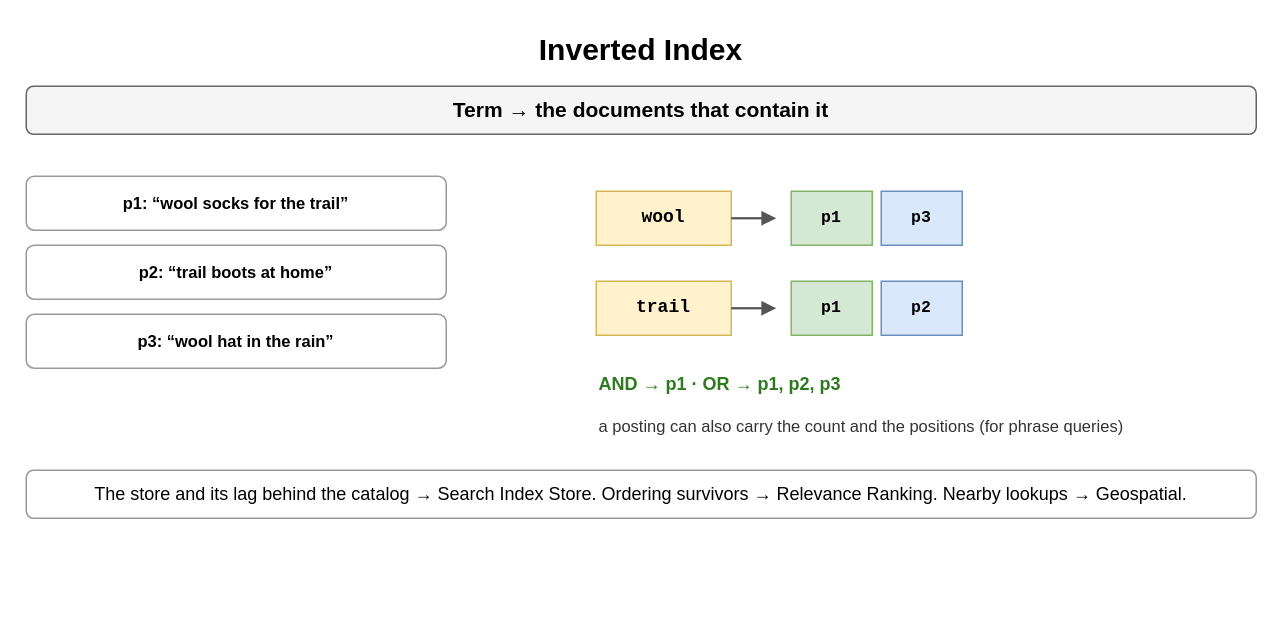
The draw.io diagram page "Inverted Index" (6 of 8) of content/09_System_Design_Interview/18_Search_Autocomplete_and_Information_Retrieval/diagrams/search.drawio in amendez13/swe-study-guide, before the edit. Source tidied: cells renumbered, new cells numbered last; positions are measured from the earlier drawing's top-left corner, leaving out a move shared by most shapes. Both pictures are drawn from the tidied source at 150%, with x=0, y=0 at pixel (26, 26).
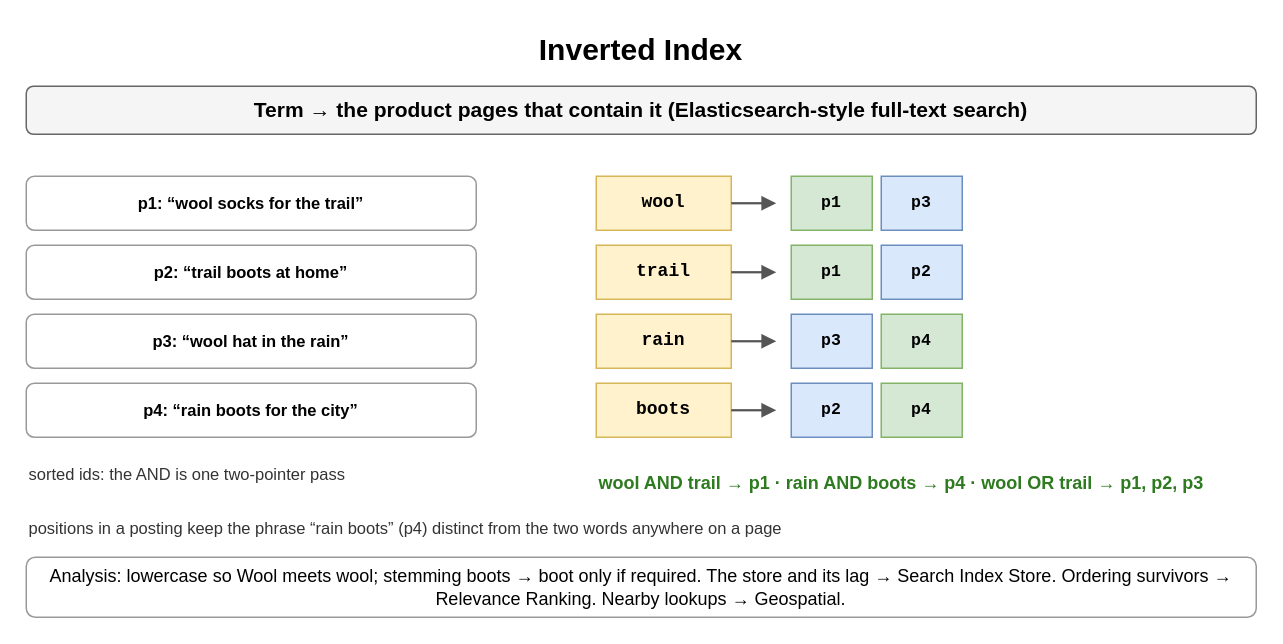
After the change.

Commit message (it also covers changes not shown here):
docs(sdi): redraw the inverted-index diagram for the four product pages

The rewritten Inverted Index card uses four product pages (p4 "rain
boots for the city") and four postings (wool, trail, rain, boots), with
rain AND boots -> p4 and the "rain boots" phrase. The diagram still
showed three pages and two postings. Redraw page 6 only; the other 7
concept and 8 drill pages already match the current card text.

What changed in the source:
```diff
@@
-    <mxCell id="3" value="Term → the documents that contain it" style="rounded=1;whiteSpace=wrap;html=1;fillColor=#f5f5f5;strokeColor=#666666;fontStyle=1;fontSize=14;" parent="1" vertex="1">
+    <mxCell id="3" value="Term → the product pages that contain it (Elasticsearch-style full-text search)" style="rounded=1;whiteSpace=wrap;html=1;fillColor=#f5f5f5;strokeColor=#666666;fontStyle=1;fontSize=14;" parent="1" vertex="1">
       <mxGeometry y="40" width="820" height="32" as="geometry" />
     </mxCell>
     <mxCell id="4" value="p1: “wool socks for the trail”" style="rounded=1;whiteSpace=wrap;html=1;fillColor=#ffffff;strokeColor=#999999;fontSize=11;align=center;fontStyle=1;" parent="1" vertex="1">
-      <mxGeometry y="100" width="280" height="36" as="geometry" />
+      <mxGeometry y="100" width="300" height="36" as="geometry" />
     </mxCell>
     <mxCell id="5" value="p2: “trail boots at home”" style="rounded=1;whiteSpace=wrap;html=1;fillColor=#ffffff;strokeColor=#999999;fontSize=11;align=center;fontStyle=1;" parent="1" vertex="1">
-      <mxGeometry y="146" width="280" height="36" as="geometry" />
+      <mxGeometry y="146" width="300" height="36" as="geometry" />
     </mxCell>
     <mxCell id="6" value="p3: “wool hat in the rain”" style="rounded=1;whiteSpace=wrap;html=1;fillColor=#ffffff;strokeColor=#999999;fontSize=11;align=center;fontStyle=1;" parent="1" vertex="1">
-      <mxGeometry y="192" width="280" height="36" as="geometry" />
+      <mxGeometry y="192" width="300" height="36" as="geometry" />
     </mxCell>
-    <mxCell id="7" value="wool" style="rounded=0;whiteSpace=wrap;html=1;fontFamily=Courier New;fontStyle=1;fontSize=13;fillColor=#fff2cc;strokeColor=#d6b656;fontSize=12;" parent="1" vertex="1">
-      <mxGeometry x="380" y="110" width="90" height="36" as="geometry" />
+    <mxCell id="7" value="p4: “rain boots for the city”" style="rounded=1;whiteSpace=wrap;html=1;fillColor=#ffffff;strokeColor=#999999;fontSize=11;align=center;fontStyle=1;" parent="1" vertex="1">
+      <mxGeometry y="238" width="300" height="36" as="geometry" />
     </mxCell>
-    <mxCell id="8" style="endArrow=block;endSize=6;html=1;strokeWidth=1.5;strokeColor=#555555;fontSize=11;labelBackgroundColor=#ffffff;" parent="1" edge="1">
-      <mxGeometry relative="1" as="geometry">
-        <mxPoint x="470" y="128" as="sourcePoint" />
-        <mxPoint x="500" y="128" as="targetPoint" />
-      </mxGeometry>
+    <mxCell id="8" value="wool" style="rounded=0;whiteSpace=wrap;html=1;fontFamily=Courier New;fontStyle=1;fontSize=13;fillColor=#fff2cc;strokeColor=#d6b656;fontSize=12;" parent="1" vertex="1">
+      <mxGeometry x="380" y="100" width="90" height="36" as="geometry" />
     </mxCell>
-    <mxCell id="9" value="p1" style="rounded=0;whiteSpace=wrap;html=1;fontFamily=Courier New;fontStyle=1;fontSize=13;fillColor=#d5e8d4;strokeColor=#82b366;fontSize=11;" parent="1" vertex="1">
-      <mxGeometry x="510" y="110" width="54" height="36" as="geometry" />
+    <mxCell id="9" style="endArrow=block;endSize=6;html=1;strokeWidth=1.5;strokeColor=#555555;fontSize=11;labelBackgroundColor=#ffffff;" parent="1" edge="1">
+      <mxGeometry relative="1" as="geometry">
+        <mxPoint x="470" y="118" as="sourcePoint" />
+        <mxPoint x="500" y="118" as="targetPoint" />
+      </mxGeometry>
     </mxCell>
-    <mxCell id="10" value="p3" style="rounded=0;whiteSpace=wrap;html=1;fontFamily=Courier New;fontStyle=1;fontSize=13;fillColor=#dae8fc;strokeColor=#6c8ebf;fontSize=11;" parent="1" vertex="1">
-      <mxGeometry x="570" y="110" width="54" height="36" as="geometry" />
+    <mxCell id="10" value="p1" style="rounded=0;whiteSpace=wrap;html=1;fontFamily=Courier New;fontStyle=1;fontSize=13;fillColor=#d5e8d4;strokeColor=#82b366;fontSize=11;" parent="1" vertex="1">
+      <mxGeometry x="510" y="100" width="54" height="36" as="geometry" />
     </mxCell>
-    <mxCell id="11" value="trail" style="rounded=0;whiteSpace=wrap;html=1;fontFamily=Courier New;fontStyle=1;fontSize=13;fillColor=#fff2cc;strokeColor=#d6b656;fontSize=12;" parent="1" vertex="1">
-      <mxGeometry x="380" y="170" width="90" height="36" as="geometry" />
+    <mxCell id="11" value="p3" style="rounded=0;whiteSpace=wrap;html=1;fontFamily=Courier New;fontStyle=1;fontSize=13;fillColor=#dae8fc;strokeColor=#6c8ebf;fontSize=11;" parent="1" vertex="1">
+      <mxGeometry x="570" y="100" width="54" height="36" as="geometry" />
     </mxCell>
-    <mxCell id="12" style="endArrow=block;endSize=6;html=1;strokeWidth=1.5;strokeColor=#555555;fontSize=11;labelBackgroundColor=#ffffff;" parent="1" edge="1">
-      <mxGeometry relative="1" as="geometry">
-        <mxPoint x="470" y="188" as="sourcePoint" />
-        <mxPoint x="500" y="188" as="targetPoint" />
-      </mxGeometry>
+    <mxCell id="12" value="trail" style="rounded=0;whiteSpace=wrap;html=1;fontFamily=Courier New;fontStyle=1;fontSize=13;fillColor=#fff2cc;strokeColor=#d6b656;fontSize=12;" parent="1" vertex="1">
+      <mxGeometry x="380" y="146" width="90" height="36" as="geometry" />
     </mxCell>
-    <mxCell id="13" value="p1" style="rounded=0;whiteSpace=wrap;html=1;fontFamily=Courier New;fontStyle=1;fontSize=13;fillColor=#d5e8d4;strokeColor=#82b366;fontSize=11;" parent="1" vertex="1">
-      <mxGeometry x="510" y="170" width="54" height="36" as="geometry" />
+    <mxCell id="13" style="endArrow=block;endSize=6;html=1;strokeWidth=1.5;strokeColor=#555555;fontSize=11;labelBackgroundColor=#ffffff;" parent="1" edge="1">
+      <mxGeometry relative="1" as="geometry">
+        <mxPoint x="470" y="164" as="sourcePoint" />
+        <mxPoint x="500" y="164" as="targetPoint" />
+      </mxGeometry>
     </mxCell>
-    <mxCell id="14" value="p2" style="rounded=0;whiteSpace=wrap;html=1;fontFamily=Courier New;fontStyle=1;fontSize=13;fillColor=#dae8fc;strokeColor=#6c8ebf;fontSize=11;" parent="1" vertex="1">
-      <mxGeometry x="570" y="170" width="54" height="36" as="geometry" />
+    <mxCell id="14" value="p1" style="rounded=0;whiteSpace=wrap;html=1;fontFamily=Courier New;fontStyle=1;fontSize=13;fillColor=#d5e8d4;strokeColor=#82b366;fontSize=11;" parent="1" vertex="1">
+      <mxGeometry x="510" y="146" width="54" height="36" as="geometry" />
     </mxCell>
-    <mxCell id="15" value="AND → p1 · OR → p1, p2, p3" style="text;html=1;whiteSpace=wrap;fontSize=11;align=left;verticalAlign=middle;fontSize=12;fontColor=#2d7a1f;fontStyle=1;" parent="1" vertex="1">
-      <mxGeometry x="380" y="230" width="440" height="18" as="geometry" />
+    <mxCell id="15" value="p2" style="rounded=0;whiteSpace=wrap;html=1;fontFamily=Courier New;fontStyle=1;fontSize=13;fillColor=#dae8fc;strokeColor=#6c8ebf;fontSize=11;" parent="1" vertex="1">
+      <mxGeometry x="570" y="146" width="54" height="36" as="geometry" />
     </mxCell>
-    <mxCell id="16" value="a posting can also carry the count and the positions (for phrase queries)" style="text;html=1;whiteSpace=wrap;fontSize=11;align=left;verticalAlign=middle;fontSize=11;fontColor=#333333;" parent="1" vertex="1">
-      <mxGeometry x="380" y="252" width="440" height="30" as="geometry" />
+    <mxCell id="16" value="rain" style="rounded=0;whiteSpace=wrap;html=1;fontFamily=Courier New;fontStyle=1;fontSize=13;fillColor=#fff2cc;strokeColor=#d6b656;fontSize=12;" parent="1" vertex="1">
+      <mxGeometry x="380" y="192" width="90" height="36" as="geometry" />
     </mxCell>
-    <mxCell id="17" value="The store and its lag behind the catalog → Search Index Store. Ordering survivors → Relevance Ranking. Nearby lookups → Geospatial." style="rounded=1;whiteSpace=wrap;html=1;fillColor=#ffffff;strokeColor=#999999;fontSize=12;align=center;" parent="1" vertex="1">
-      <mxGeometry y="296" width="820" height="32" as="geometry" />
+    <mxCell id="17" style="endArrow=block;endSize=6;html=1;strokeWidth=1.5;strokeColor=#555555;fontSize=11;labelBackgroundColor=#ffffff;" parent="1" edge="1">
+      <mxGeometry relative="1" as="geometry">
+        <mxPoint x="470" y="210" as="sourcePoint" />
+        <mxPoint x="500" y="210" as="targetPoint" />
+      </mxGeometry>
     </mxCell>
+    <mxCell id="18" value="p3" style="rounded=0;whiteSpace=wrap;html=1;fontFamily=Courier New;fontStyle=1;fontSize=13;fillColor=#dae8fc;strokeColor=#6c8ebf;fontSize=11;" parent="1" vertex="1">
+      <mxGeometry x="510" y="192" width="54" height="36" as="geometry" />
+    </mxCell>
+    <mxCell id="19" value="p4" style="rounded=0;whiteSpace=wrap;html=1;fontFamily=Courier New;fontStyle=1;fontSize=13;fillColor=#d5e8d4;strokeColor=#82b366;fontSize=11;" parent="1" vertex="1">
+      <mxGeometry x="570" y="192" width="54" height="36" as="geometry" />
+    </mxCell>
+    <mxCell id="20" value="boots" style="rounded=0;whiteSpace=wrap;html=1;fontFamily=Courier New;fontStyle=1;fontSize=13;fillColor=#fff2cc;strokeColor=#d6b656;fontSize=12;" parent="1" vertex="1">
+      <mxGeometry x="380" y="238" width="90" height="36" as="geometry" />
+    </mxCell>
+    <mxCell id="21" style="endArrow=block;endSize=6;html=1;strokeWidth=1.5;strokeColor=#555555;fontSize=11;labelBackgroundColor=#ffffff;" parent="1" edge="1">
+      <mxGeometry relative="1" as="geometry">
+        <mxPoint x="470" y="256" as="sourcePoint" />
+        <mxPoint x="500" y="256" as="targetPoint" />
+      </mxGeometry>
+    </mxCell>
+    <mxCell id="22" value="p2" style="rounded=0;whiteSpace=wrap;html=1;fontFamily=Courier New;fontStyle=1;fontSize=13;fillColor=#dae8fc;strokeColor=#6c8ebf;fontSize=11;" parent="1" vertex="1">
+      <mxGeometry x="510" y="238" width="54" height="36" as="geometry" />
+    </mxCell>
+    <mxCell id="23" value="p4" style="rounded=0;whiteSpace=wrap;html=1;fontFamily=Courier New;fontStyle=1;fontSize=13;fillColor=#d5e8d4;strokeColor=#82b366;fontSize=11;" parent="1" vertex="1">
+      <mxGeometry x="570" y="238" width="54" height="36" as="geometry" />
+    </mxCell>
+    <mxCell id="24" value="wool AND trail → p1 · rain AND boots → p4 · wool OR trail → p1, p2, p3" style="text;html=1;whiteSpace=wrap;fontSize=11;align=left;verticalAlign=middle;fontSize=12;fontColor=#2d7a1f;fontStyle=1;" parent="1" vertex="1">
+      <mxGeometry x="380" y="290" width="440" height="30" as="geometry" />
+    </mxCell>
+    <mxCell id="25" value="sorted ids: the AND is one two-pointer pass" style="text;html=1;whiteSpace=wrap;fontSize=11;align=left;verticalAlign=middle;fontSize=11;fontColor=#333333;" parent="1" vertex="1">
+      <mxGeometry y="290" width="360" height="18" as="geometry" />
+    </mxCell>
+    <mxCell id="26" value="positions in a posting keep the phrase “rain boots” (p4) distinct from the two words anywhere on a page" style="text;html=1;whiteSpace=wrap;fontSize=11;align=left;verticalAlign=middle;fontSize=11;fontColor=#333333;" parent="1" vertex="1">
+      <mxGeometry y="326" width="820" height="18" as="geometry" />
+    </mxCell>
+    <mxCell id="27" value="Analysis: lowercase so Wool meets wool; stemming boots → boot only if required. The store and its lag → Search Index Store. Ordering survivors → Relevance Ranking. Nearby lookups → Geospatial." style="rounded=1;whiteSpace=wrap;html=1;fillColor=#ffffff;strokeColor=#999999;fontSize=12;align=center;" parent="1" vertex="1">
+      <mxGeometry y="354" width="820" height="40" as="geometry" />
+    </mxCell>
```
